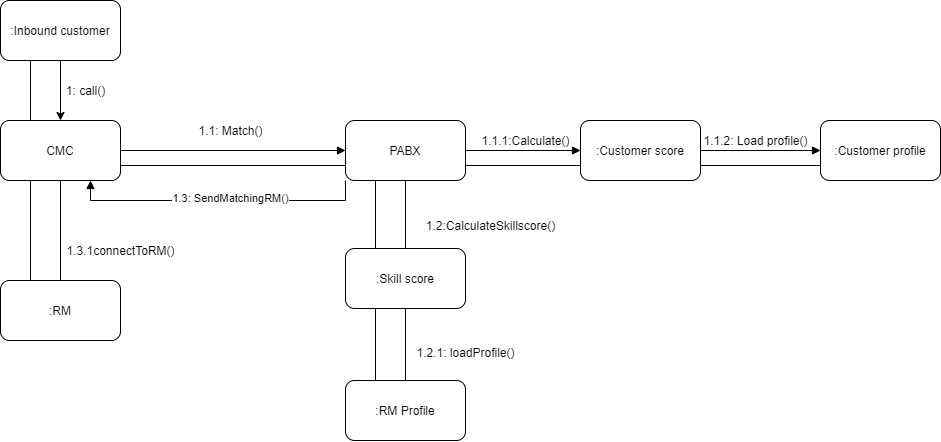
Earlier version of the draw.io export Folder for workproducts and models/Collaborative diagram Final iteration By Arvin.png (tharlon7/ADJMT). Source tidied: cells renumbered, new cells last; positions are measured from the earlier drawing's top-left corner, leaving out a move shared by most shapes.
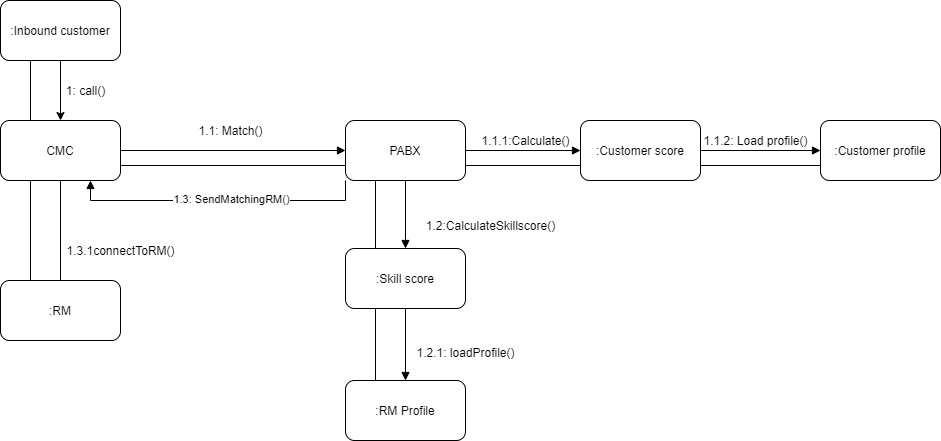
Later version of the same file.

The edit, as a diff of the source:
```diff
@@ -32,7 +32,7 @@
     <mxCell id="11" style="edgeStyle=none;rounded=0;jettySize=auto;html=1;exitX=0.25;exitY=1;exitDx=0;exitDy=0;entryX=0.25;entryY=0;entryDx=0;entryDy=0;endArrow=none;endFill=0;" parent="1" edge="1" source="16" target="19">
       <mxGeometry relative="1" as="geometry" />
     </mxCell>
-    <mxCell id="12" style="edgeStyle=none;rounded=0;jettySize=auto;html=1;exitX=0.5;exitY=1;exitDx=0;exitDy=0;entryX=0.5;entryY=0;entryDx=0;entryDy=0;endArrow=none;endFill=0;" parent="1" edge="1" source="16" target="19">
+    <mxCell id="12" style="edgeStyle=none;rounded=0;jettySize=auto;html=1;exitX=0.5;exitY=1;exitDx=0;exitDy=0;entryX=0.5;entryY=0;entryDx=0;entryDy=0;endArrow=block;endFill=1;" parent="1" edge="1" source="16" target="19">
       <mxGeometry relative="1" as="geometry" />
     </mxCell>
     <mxCell id="13" style="edgeStyle=none;rounded=0;jettySize=auto;html=1;exitX=1;exitY=0.5;exitDx=0;exitDy=0;entryX=0;entryY=0.5;entryDx=0;entryDy=0;endArrow=block;endFill=1;" parent="1" edge="1" source="16" target="24">
@@ -56,7 +56,7 @@
     <mxCell id="17" style="edgeStyle=none;rounded=0;jettySize=auto;html=1;exitX=0.25;exitY=1;exitDx=0;exitDy=0;entryX=0.25;entryY=0;entryDx=0;entryDy=0;endArrow=none;endFill=0;" parent="1" edge="1" source="19" target="20">
       <mxGeometry relative="1" as="geometry" />
     </mxCell>
-    <mxCell id="18" style="edgeStyle=none;rounded=0;jettySize=auto;html=1;exitX=0.5;exitY=1;exitDx=0;exitDy=0;endArrow=none;endFill=0;" parent="1" edge="1" source="19" target="20">
+    <mxCell id="18" style="edgeStyle=none;rounded=0;jettySize=auto;html=1;exitX=0.5;exitY=1;exitDx=0;exitDy=0;endArrow=block;endFill=1;" parent="1" edge="1" source="19" target="20">
       <mxGeometry relative="1" as="geometry" />
     </mxCell>
     <mxCell id="19" value=":Skill score" style="rounded=1;whiteSpace=wrap;html=1;" parent="1" vertex="1">
```
